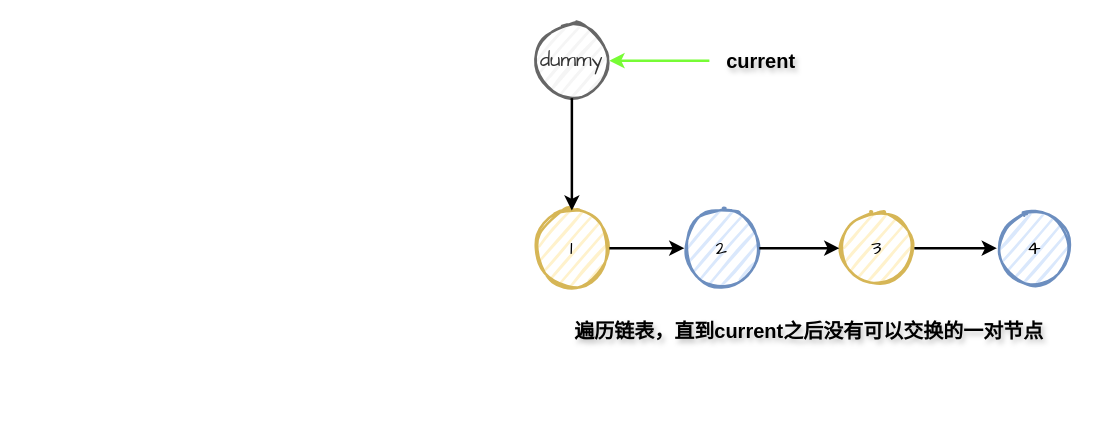
This is page "Page-1" (1 of 3) of 24-swap-nodes-in-pairs.drawio from LuoSue/sscdn, a draw.io file, before an edit. Source tidied: cells renumbered, new cells numbered last; positions are measured from the earlier drawing's top-left corner, leaving out a move shared by most shapes. Both pictures are drawn from the tidied source at 125%, with x=0, y=0 at pixel (534, 22).
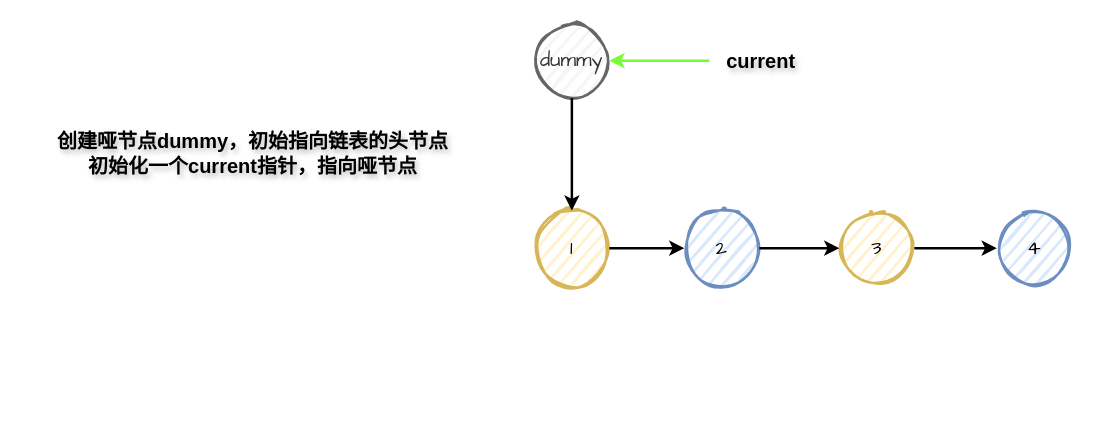
The same diagram, later.

What changed in the source:
```diff
@@
 <mxGraphModel>
   <root>
     <mxCell id="0" />
     <mxCell id="1" parent="0" />
     <mxCell id="2" value="1" style="ellipse;whiteSpace=wrap;html=1;strokeWidth=2;fillWeight=2;hachureGap=8;fillColor=#fff2cc;fillStyle=dots;sketch=1;strokeColor=#d6b656;fontFamily=Comic Sans MS;fontSize=16;" parent="1" vertex="1">
       <mxGeometry y="150" width="60" height="60" as="geometry" />
     </mxCell>
     <mxCell id="3" value="2" style="ellipse;whiteSpace=wrap;html=1;strokeWidth=2;fillWeight=2;hachureGap=8;fillColor=#dae8fc;fillStyle=dots;sketch=1;strokeColor=#6c8ebf;fontFamily=Comic Sans MS;fontSize=16;" parent="1" vertex="1">
       <mxGeometry x="120" y="150" width="60" height="60" as="geometry" />
     </mxCell>
     <mxCell id="4" value="3" style="ellipse;whiteSpace=wrap;html=1;strokeWidth=2;fillWeight=2;hachureGap=8;fillColor=#fff2cc;fillStyle=dots;sketch=1;strokeColor=#d6b656;fontFamily=Comic Sans MS;fontSize=16;" parent="1" vertex="1">
       <mxGeometry x="244" y="150" width="60" height="60" as="geometry" />
     </mxCell>
     <mxCell id="5" value="4" style="ellipse;whiteSpace=wrap;html=1;strokeWidth=2;fillWeight=2;hachureGap=8;fillColor=#dae8fc;fillStyle=dots;sketch=1;strokeColor=#6c8ebf;fontFamily=Comic Sans MS;fontSize=16;" parent="1" vertex="1">
       <mxGeometry x="370" y="150" width="60" height="60" as="geometry" />
     </mxCell>
     <mxCell id="6" style="endArrow=classic;html=1;rounded=0;strokeWidth=2;exitX=1;exitY=0.5;exitDx=0;exitDy=0;entryX=0;entryY=0.5;entryDx=0;entryDy=0;" parent="1" edge="1" source="2" target="3">
       <mxGeometry relative="1" as="geometry" />
     </mxCell>
     <mxCell id="7" style="endArrow=classic;html=1;rounded=0;strokeWidth=2;exitX=1;exitY=0.5;exitDx=0;exitDy=0;entryX=0;entryY=0.5;entryDx=0;entryDy=0;" parent="1" edge="1" source="3" target="4">
       <mxGeometry relative="1" as="geometry" />
     </mxCell>
     <mxCell id="8" style="endArrow=classic;html=1;rounded=0;strokeWidth=2;exitX=1;exitY=0.5;exitDx=0;exitDy=0;entryX=0;entryY=0.5;entryDx=0;entryDy=0;" parent="1" edge="1" source="4" target="5">
       <mxGeometry relative="1" as="geometry" />
     </mxCell>
     <mxCell id="9" value="dummy" style="ellipse;whiteSpace=wrap;html=1;strokeWidth=2;fillWeight=2;hachureGap=8;fillColor=#f5f5f5;fillStyle=dots;sketch=1;strokeColor=#666666;fontFamily=Comic Sans MS;fontSize=16;fontColor=#333333;" parent="1" vertex="1">
       <mxGeometry width="60" height="60" as="geometry" />
     </mxCell>
     <mxCell id="10" style="endArrow=classic;html=1;rounded=0;strokeWidth=2;exitX=0.5;exitY=1;exitDx=0;exitDy=0;entryX=0.5;entryY=0;entryDx=0;entryDy=0;" parent="1" edge="1" source="9" target="2">
       <mxGeometry relative="1" as="geometry" />
     </mxCell>
-    <mxCell id="11" value="&lt;b&gt;遍历链表，直到current之后没有可以交换的一对节点&lt;/b&gt;" style="text;html=1;align=center;verticalAlign=middle;whiteSpace=wrap;rounded=0;fontSize=16;textShadow=1;fontFamily=HarmonyOS Sans;" parent="1" vertex="1">
-      <mxGeometry x="30" y="170" width="380" height="152" as="geometry" />
+    <mxCell id="11" value="&lt;b&gt;创建哑节点dummy，初始指向链表的头节点&lt;br&gt;初始化一个current指针，指向哑节点&lt;/b&gt;" style="text;html=1;align=center;verticalAlign=middle;whiteSpace=wrap;rounded=0;fontSize=16;textShadow=1;fontFamily=HarmonyOS Sans;" parent="1" vertex="1">
+      <mxGeometry x="-410" y="30" width="370" height="148" as="geometry" />
     </mxCell>
     <mxCell id="12" style="endArrow=classic;html=1;rounded=0;strokeWidth=2;entryX=1;entryY=0.5;entryDx=0;entryDy=0;curved=0;strokeColor=#77FC35;" parent="1" edge="1" target="9">
       <mxGeometry relative="1" as="geometry">
         <mxPoint x="140" y="30" as="sourcePoint" />
       </mxGeometry>
     </mxCell>
     <mxCell id="13" value="&lt;b&gt;current&lt;/b&gt;" style="text;html=1;align=center;verticalAlign=middle;whiteSpace=wrap;rounded=0;fontSize=16;textShadow=1;fontFamily=HarmonyOS Sans;" parent="1" vertex="1">
       <mxGeometry x="119" y="5" width="125" height="50" as="geometry" />
     </mxCell>
   </root>
 </mxGraphModel>
```
